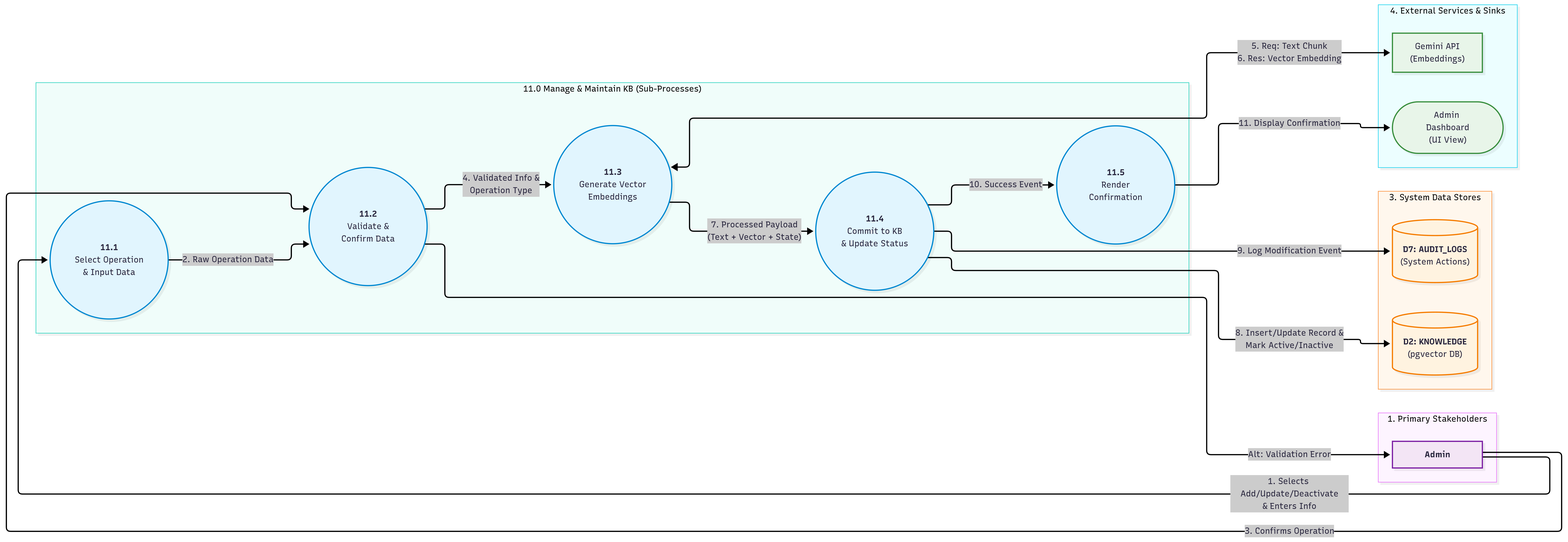
This is SE/ideathon/documents/L2-DFD-A04.png from aryanhrc3428/Semester-5, a Mermaid export, as it was before one commit. Its source is kept beside it as SE/ideathon/documents/L2-DFD-A04.mmd.
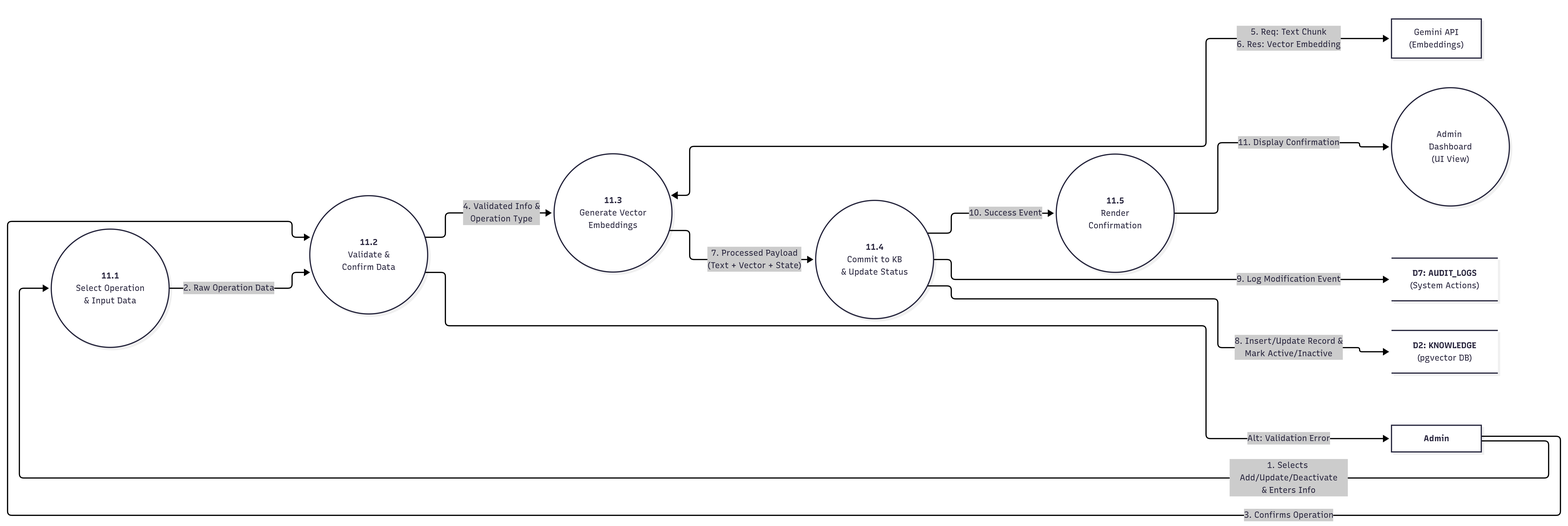
Later version of the same file.

What changed in the source:
```diff
@@ -31,7 +31,7 @@
     subgraph ExtServices [" "]
         direction TB
         ExtLLM["Gemini API<br/>(Embeddings)"]
-        AdminDash(["Admin Dashboard<br/>(UI View)"])
+        AdminDash(("Admin Dashboard<br/>(UI View)"))
     end
 
 
@@ -51,17 +51,7 @@
     P11_4 -->|"10. Success Event"| P11_5
     P11_5 -->|"11. Display Confirmation"| AdminDash
 
-    classDef processStyle fill:#fff,stroke:#333,stroke-width:1px,color:#000
-    classDef storeStyle fill:#fff,stroke:#333,stroke-width:1px,color:#000
-    classDef actorStyle fill:#fff,stroke:#333,stroke-width:1px,color:#000
-    classDef extStyle fill:#fff,stroke:#333,stroke-width:1px,color:#000
-
-    class P11_1,P11_2,P11_3,P11_4,P11_5 processStyle;
-    class D2,D7 storeStyle;
-    class Admin actorStyle;
-    class ExtLLM,AdminDash extStyle;
-
-    style Actors fill:none,stroke:#333,stroke-width:1px
-    style SubProcesses fill:none,stroke:#333,stroke-width:1px
-    style DataStores fill:none,stroke:#333,stroke-width:1px
-    style ExtServices fill:none,stroke:#333,stroke-width:1px
+    style Actors fill:none, stroke:none
+    style DataStores fill:none, stroke:none
+    style SubProcesses fill:none, stroke:none
+    style ExtServices fill:none, stroke:none
```
